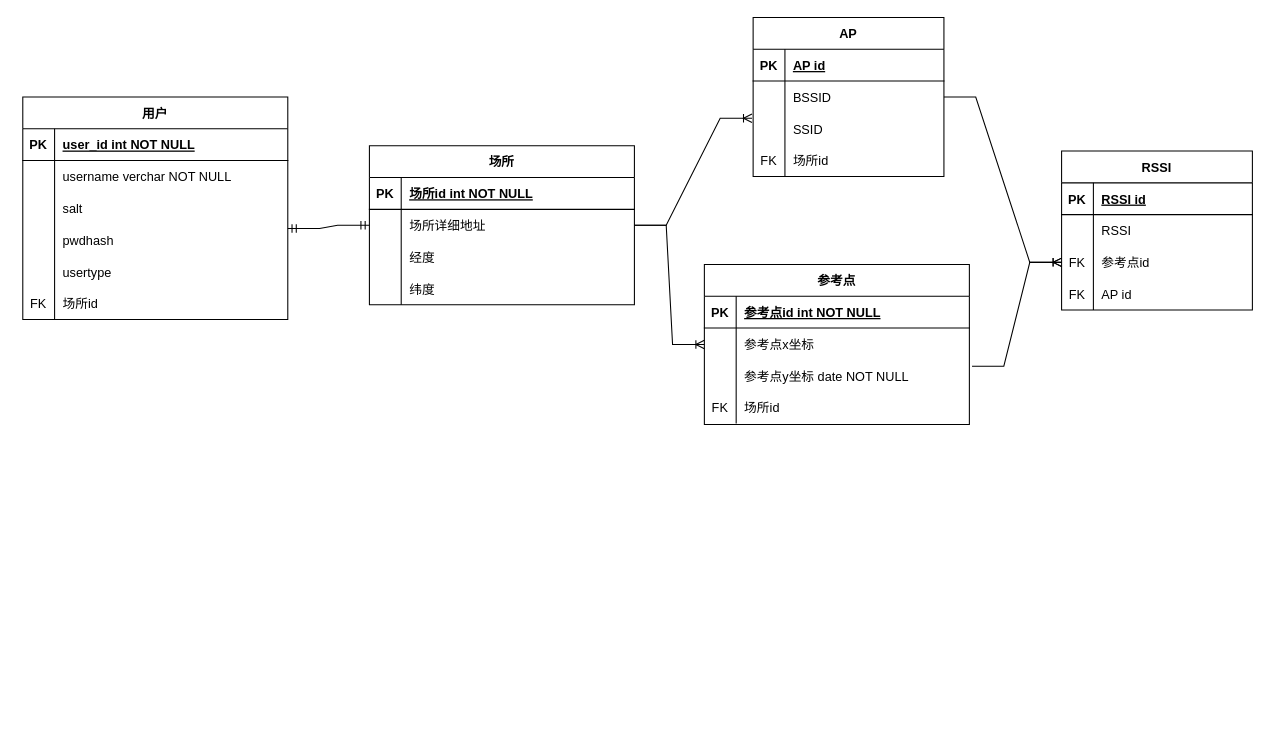
Above: 毕业设计ER图.drawio in gaohongy/Graduation-Project (draw.io), before the change. Source tidied: cells renumbered, new cells numbered last; positions are measured from the earlier drawing's top-left corner, leaving out a move shared by most shapes. Both pictures are drawn from the tidied source at 106%, with x=0, y=0 at pixel (22, 17).
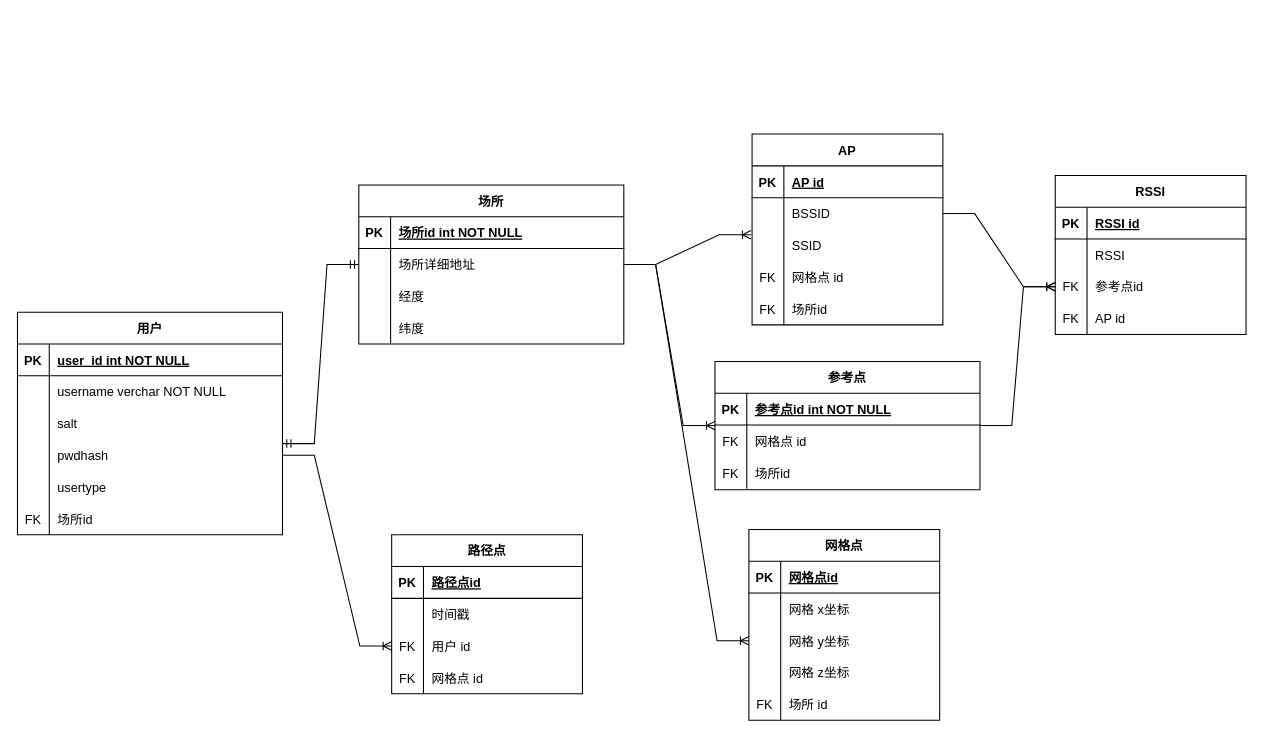
Above is the later version.

Commit message:
新增路径记录相关表.drawio

The change refers to these unchanged cells:
```xml
<mxCell id="6" style="shape=tableRow;horizontal=0;startSize=0;swimlaneHead=0;swimlaneBody=0;fillColor=none;points=[[0,0.5],[1,0.5]];portConstraint=eastwest;top=0;left=0;right=0;bottom=0;" parent="2" vertex="1">
  <mxGeometry y="60" width="250" height="30" as="geometry" />
</mxCell>
<mxCell id="19" style="shape=tableRow;horizontal=0;startSize=0;swimlaneHead=0;swimlaneBody=0;fillColor=none;top=0;left=0;right=0;bottom=0;" parent="15" vertex="1">
  <mxGeometry y="60" width="250" height="30" as="geometry" />
</mxCell>
<mxCell id="38" style="shape=tableRow;horizontal=0;startSize=0;swimlaneHead=0;swimlaneBody=0;fillColor=none;points=[[0,0.5],[1,0.5]];portConstraint=eastwest;top=0;left=0;right=0;bottom=0;" parent="28" vertex="1">
  <mxGeometry y="120" width="250" height="30" as="geometry" />
</mxCell>
<mxCell id="67" style="shape=tableRow;horizontal=0;startSize=0;swimlaneHead=0;swimlaneBody=0;fillColor=none;points=[[0,0.5],[1,0.5]];portConstraint=eastwest;top=0;left=0;right=0;bottom=0;" parent="60" vertex="1">
  <mxGeometry y="90" width="180" height="30" as="geometry" />
</mxCell>
```

What changed in the source:
```diff
@@
     <mxCell id="2" value="场所" style="shape=table;startSize=30;childLayout=tableLayout;rowLines=0;fontStyle=1;align=center;" parent="1" vertex="1">
-      <mxGeometry x="327" y="121" width="250" height="150" as="geometry" />
+      <mxGeometry x="317" y="158" width="250" height="150" as="geometry" />
     </mxCell>
@@
     <mxCell id="15" value="参考点" style="shape=table;startSize=30;childLayout=tableLayout;rowLines=0;fontStyle=1;align=center;" parent="1" vertex="1">
-      <mxGeometry x="643" y="233" width="250" height="151" as="geometry" />
+      <mxGeometry x="653" y="324.5" width="250" height="121" as="geometry" />
     </mxCell>
@@
-    <mxCell id="20" style="shape=partialRectangle;fillColor=none;top=0;left=0;bottom=0;right=0;overflow=hidden;" parent="19" vertex="1">
-      <mxGeometry width="30" height="30" as="geometry" />
-    </mxCell>
-    <mxCell id="21" value="参考点x坐标" style="shape=partialRectangle;fillColor=none;top=0;left=0;bottom=0;right=0;align=left;spacingLeft=6;overflow=hidden;" parent="19" vertex="1">
-      <mxGeometry x="30" width="220" height="30" as="geometry" />
-    </mxCell>
-    <mxCell id="22" style="shape=partialRectangle;fillColor=none;points=[[0,0.5],[1,0.5]];portConstraint=eastwest;top=0;left=0;right=0;bottom=0;" parent="15" vertex="1">
-      <mxGeometry y="90" width="250" height="30" as="geometry" />
-    </mxCell>
-    <mxCell id="23" style="shape=partialRectangle;overflow=hidden;fillColor=none;top=0;left=0;bottom=0;right=0;" parent="22" vertex="1">
-      <mxGeometry width="30" height="30" as="geometry" />
-    </mxCell>
-    <mxCell id="24" value="参考点y坐标 date NOT NULL" style="shape=partialRectangle;overflow=hidden;fillColor=none;top=0;left=0;bottom=0;right=0;align=left;spacingLeft=6;" parent="22" vertex="1">
-      <mxGeometry x="30" width="220" height="30" as="geometry" />
-    </mxCell>
+    <mxCell id="78" value="FK" style="shape=partialRectangle;fillColor=none;top=0;left=0;bottom=0;right=0;fontStyle=0;overflow=hidden;" parent="19" vertex="1">
+      <mxGeometry width="30" height="30" as="geometry" />
+    </mxCell>
+    <mxCell id="79" value="网格点 id" style="shape=partialRectangle;fillColor=none;top=0;left=0;bottom=0;right=0;align=left;spacingLeft=6;fontStyle=0;overflow=hidden;" parent="19" vertex="1">
+      <mxGeometry x="30" width="220" height="30" as="geometry" />
+    </mxCell>
     <mxCell id="25" style="shape=tableRow;horizontal=0;startSize=0;swimlaneHead=0;swimlaneBody=0;fillColor=none;top=0;left=0;right=0;bottom=0;" parent="15" vertex="1">
-      <mxGeometry y="120" width="250" height="30" as="geometry" />
+      <mxGeometry y="90" width="250" height="30" as="geometry" />
     </mxCell>
@@
     <mxCell id="28" value="用户" style="shape=table;startSize=30;childLayout=tableLayout;rowLines=0;fontStyle=1;align=center;" parent="1" vertex="1">
-      <mxGeometry y="75" width="250" height="210" as="geometry" />
+      <mxGeometry x="-5" y="278" width="250" height="210" as="geometry" />
     </mxCell>
@@
     <mxCell id="47" value="AP" style="shape=table;startSize=30;childLayout=tableLayout;rowLines=0;fontStyle=1;align=center;" parent="1" vertex="1">
-      <mxGeometry x="689" width="180" height="150" as="geometry" />
+      <mxGeometry x="688" y="110" width="180" height="180" as="geometry" />
     </mxCell>
@@
+    <mxCell id="80" style="shape=tableRow;horizontal=0;startSize=0;swimlaneHead=0;swimlaneBody=0;fillColor=none;top=0;left=0;right=0;bottom=0;" parent="47" vertex="1">
+      <mxGeometry y="120" width="180" height="30" as="geometry" />
+    </mxCell>
+    <mxCell id="81" value="FK" style="shape=partialRectangle;fillColor=none;top=0;left=0;bottom=0;right=0;fontStyle=0;overflow=hidden;" parent="80" vertex="1">
+      <mxGeometry width="30" height="30" as="geometry" />
+    </mxCell>
+    <mxCell id="82" value="网格点 id" style="shape=partialRectangle;fillColor=none;top=0;left=0;bottom=0;right=0;align=left;spacingLeft=6;fontStyle=0;overflow=hidden;" parent="80" vertex="1">
+      <mxGeometry x="30" width="150" height="30" as="geometry" />
+    </mxCell>
     <mxCell id="57" style="shape=tableRow;horizontal=0;startSize=0;swimlaneHead=0;swimlaneBody=0;fillColor=none;top=0;left=0;right=0;bottom=0;" parent="47" vertex="1">
-      <mxGeometry y="120" width="180" height="30" as="geometry" />
+      <mxGeometry y="150" width="180" height="30" as="geometry" />
     </mxCell>
@@
     <mxCell id="60" value="RSSI" style="shape=table;startSize=30;childLayout=tableLayout;rowLines=0;fontStyle=1;align=center;" parent="1" vertex="1">
-      <mxGeometry x="980" y="126" width="180" height="150" as="geometry" />
+      <mxGeometry x="974" y="149" width="180" height="150" as="geometry" />
     </mxCell>
@@
-    <mxCell id="73" style="edgeStyle=entityRelationEdgeStyle;fontSize=12;html=1;endArrow=ERoneToMany;rounded=0;entryX=0;entryY=0.5;entryDx=0;entryDy=0;exitX=1;exitY=0.5;exitDx=0;exitDy=0;" parent="1" edge="1" source="6" target="15">
+    <mxCell id="73" style="edgeStyle=entityRelationEdgeStyle;fontSize=12;html=1;endArrow=ERoneToMany;rounded=0;entryX=0;entryY=0.5;entryDx=0;entryDy=0;exitX=1;exitY=0.5;exitDx=0;exitDy=0;" parent="1" edge="1" source="2" target="15">
       <mxGeometry relative="1" as="geometry" />
     </mxCell>
@@
-    <mxCell id="77" style="edgeStyle=entityRelationEdgeStyle;fontSize=12;html=1;endArrow=ERoneToMany;rounded=0;exitX=1.01;exitY=0.2;exitDx=0;exitDy=0;exitPerimeter=0;entryX=0;entryY=0.5;entryDx=0;entryDy=0;" parent="1" edge="1" source="22" target="67">
+    <mxCell id="77" style="edgeStyle=entityRelationEdgeStyle;fontSize=12;html=1;endArrow=ERoneToMany;rounded=0;exitX=1;exitY=0.5;exitDx=0;exitDy=0;entryX=0;entryY=0.5;entryDx=0;entryDy=0;" parent="1" edge="1" source="15" target="67">
       <mxGeometry relative="1" as="geometry" />
     </mxCell>
+    <mxCell id="83" value="路径点" style="shape=table;startSize=30;childLayout=tableLayout;rowLines=0;fontStyle=1;align=center;" parent="1" vertex="1">
+      <mxGeometry x="348" y="488" width="180" height="150" as="geometry" />
+    </mxCell>
+    <mxCell id="84" style="shape=tableRow;horizontal=0;startSize=0;swimlaneHead=0;swimlaneBody=0;fillColor=none;top=0;left=0;right=0;bottom=1;" parent="83" vertex="1">
+      <mxGeometry y="30" width="180" height="30" as="geometry" />
+    </mxCell>
+    <mxCell id="85" value="PK" style="shape=partialRectangle;fillColor=none;top=0;left=0;bottom=0;right=0;fontStyle=1;overflow=hidden;" parent="84" vertex="1">
+      <mxGeometry width="30" height="30" as="geometry" />
+    </mxCell>
+    <mxCell id="86" value="路径点id" style="shape=partialRectangle;fillColor=none;top=0;left=0;bottom=0;right=0;align=left;spacingLeft=6;fontStyle=5;overflow=hidden;" parent="84" vertex="1">
+      <mxGeometry x="30" width="150" height="30" as="geometry" />
+    </mxCell>
+    <mxCell id="87" style="shape=tableRow;horizontal=0;startSize=0;swimlaneHead=0;swimlaneBody=0;fillColor=none;top=0;left=0;right=0;bottom=0;" parent="83" vertex="1">
+      <mxGeometry y="60" width="180" height="30" as="geometry" />
+    </mxCell>
+    <mxCell id="88" style="shape=partialRectangle;fillColor=none;top=0;left=0;bottom=0;right=0;overflow=hidden;" parent="87" vertex="1">
+      <mxGeometry width="30" height="30" as="geometry" />
+    </mxCell>
+    <mxCell id="89" value="时间戳" style="shape=partialRectangle;fillColor=none;top=0;left=0;bottom=0;right=0;align=left;spacingLeft=6;overflow=hidden;" parent="87" vertex="1">
+      <mxGeometry x="30" width="150" height="30" as="geometry" />
+    </mxCell>
+    <mxCell id="90" style="shape=tableRow;horizontal=0;startSize=0;swimlaneHead=0;swimlaneBody=0;fillColor=none;points=[[0,0.5],[1,0.5]];portConstraint=eastwest;top=0;left=0;right=0;bottom=0;" parent="83" vertex="1">
+      <mxGeometry y="90" width="180" height="30" as="geometry" />
+    </mxCell>
+    <mxCell id="91" value="FK" style="shape=partialRectangle;fillColor=none;top=0;left=0;bottom=0;right=0;fontStyle=0;overflow=hidden;" parent="90" vertex="1">
+      <mxGeometry width="30" height="30" as="geometry" />
+    </mxCell>
+    <mxCell id="92" value="用户 id" style="shape=partialRectangle;fillColor=none;top=0;left=0;bottom=0;right=0;align=left;spacingLeft=6;fontStyle=0;overflow=hidden;" parent="90" vertex="1">
+      <mxGeometry x="30" width="150" height="30" as="geometry" />
+    </mxCell>
+    <mxCell id="93" style="shape=tableRow;horizontal=0;startSize=0;swimlaneHead=0;swimlaneBody=0;fillColor=none;top=0;left=0;right=0;bottom=0;" parent="83" vertex="1">
+      <mxGeometry y="120" width="180" height="30" as="geometry" />
+    </mxCell>
+    <mxCell id="94" value="FK" style="shape=partialRectangle;fillColor=none;top=0;left=0;bottom=0;right=0;fontStyle=0;overflow=hidden;" parent="93" vertex="1">
+      <mxGeometry width="30" height="30" as="geometry" />
+    </mxCell>
+    <mxCell id="95" value="网格点 id" style="shape=partialRectangle;fillColor=none;top=0;left=0;bottom=0;right=0;align=left;spacingLeft=6;fontStyle=0;overflow=hidden;" parent="93" vertex="1">
+      <mxGeometry x="30" width="150" height="30" as="geometry" />
+    </mxCell>
+    <mxCell id="96" value="网格点" style="shape=table;startSize=30;childLayout=tableLayout;rowLines=0;fontStyle=1;align=center;" parent="1" vertex="1">
+      <mxGeometry x="685" y="483" width="180" height="180" as="geometry" />
+    </mxCell>
+    <mxCell id="97" style="shape=tableRow;horizontal=0;startSize=0;swimlaneHead=0;swimlaneBody=0;fillColor=none;top=0;left=0;right=0;bottom=1;" parent="96" vertex="1">
+      <mxGeometry y="30" width="180" height="30" as="geometry" />
+    </mxCell>
+    <mxCell id="98" value="PK" style="shape=partialRectangle;fillColor=none;top=0;left=0;bottom=0;right=0;fontStyle=1;overflow=hidden;" parent="97" vertex="1">
+      <mxGeometry width="30" height="30" as="geometry" />
+    </mxCell>
+    <mxCell id="99" value="网格点id" style="shape=partialRectangle;fillColor=none;top=0;left=0;bottom=0;right=0;align=left;spacingLeft=6;fontStyle=5;overflow=hidden;" parent="97" vertex="1">
+      <mxGeometry x="30" width="150" height="30" as="geometry" />
+    </mxCell>
+    <mxCell id="100" style="shape=tableRow;horizontal=0;startSize=0;swimlaneHead=0;swimlaneBody=0;fillColor=none;top=0;left=0;right=0;bottom=0;" parent="96" vertex="1">
+      <mxGeometry y="60" width="180" height="30" as="geometry" />
+    </mxCell>
+    <mxCell id="101" style="shape=partialRectangle;fillColor=none;top=0;left=0;bottom=0;right=0;overflow=hidden;" parent="100" vertex="1">
+      <mxGeometry width="30" height="30" as="geometry" />
+    </mxCell>
+    <mxCell id="102" value="网格 x坐标" style="shape=partialRectangle;fillColor=none;top=0;left=0;bottom=0;right=0;align=left;spacingLeft=6;overflow=hidden;" parent="100" vertex="1">
+      <mxGeometry x="30" width="150" height="30" as="geometry" />
+    </mxCell>
+    <mxCell id="103" style="shape=tableRow;horizontal=0;startSize=0;swimlaneHead=0;swimlaneBody=0;fillColor=none;points=[[0,0.5],[1,0.5]];portConstraint=eastwest;top=0;left=0;right=0;bottom=0;" parent="96" vertex="1">
+      <mxGeometry y="90" width="180" height="30" as="geometry" />
+    </mxCell>
+    <mxCell id="104" style="shape=partialRectangle;fillColor=none;top=0;left=0;bottom=0;right=0;overflow=hidden;" parent="103" vertex="1">
+      <mxGeometry width="30" height="30" as="geometry" />
+    </mxCell>
+    <mxCell id="105" value="网格 y坐标" style="shape=partialRectangle;fillColor=none;top=0;left=0;bottom=0;right=0;align=left;spacingLeft=6;overflow=hidden;" parent="103" vertex="1">
+      <mxGeometry x="30" width="150" height="30" as="geometry" />
+    </mxCell>
+    <mxCell id="106" style="shape=tableRow;horizontal=0;startSize=0;swimlaneHead=0;swimlaneBody=0;fillColor=none;top=0;left=0;right=0;bottom=0;" parent="96" vertex="1">
+      <mxGeometry y="120" width="180" height="30" as="geometry" />
+    </mxCell>
+    <mxCell id="107" style="shape=partialRectangle;fillColor=none;top=0;left=0;bottom=0;right=0;overflow=hidden;" parent="106" vertex="1">
+      <mxGeometry width="30" height="30" as="geometry" />
+    </mxCell>
+    <mxCell id="108" value="网格 z坐标" style="shape=partialRectangle;fillColor=none;top=0;left=0;bottom=0;right=0;align=left;spacingLeft=6;overflow=hidden;" parent="106" vertex="1">
+      <mxGeometry x="30" width="150" height="30" as="geometry" />
+    </mxCell>
+    <mxCell id="109" style="shape=tableRow;horizontal=0;startSize=0;swimlaneHead=0;swimlaneBody=0;fillColor=none;top=0;left=0;right=0;bottom=0;" parent="96" vertex="1">
+      <mxGeometry y="150" width="180" height="30" as="geometry" />
+    </mxCell>
+    <mxCell id="110" value="FK" style="shape=partialRectangle;fillColor=none;top=0;left=0;bottom=0;right=0;fontStyle=0;overflow=hidden;" parent="109" vertex="1">
+      <mxGeometry width="30" height="30" as="geometry" />
+    </mxCell>
+    <mxCell id="111" value="场所 id" style="shape=partialRectangle;fillColor=none;top=0;left=0;bottom=0;right=0;align=left;spacingLeft=6;fontStyle=0;overflow=hidden;" parent="109" vertex="1">
+      <mxGeometry x="30" width="150" height="30" as="geometry" />
+    </mxCell>
+    <mxCell id="112" style="edgeStyle=entityRelationEdgeStyle;fontSize=12;html=1;endArrow=ERoneToMany;rounded=0;exitX=1;exitY=0.5;exitDx=0;exitDy=0;entryX=0;entryY=0.5;entryDx=0;entryDy=0;" parent="1" edge="1" source="2" target="103">
+      <mxGeometry relative="1" as="geometry" />
+    </mxCell>
+    <mxCell id="113" style="edgeStyle=entityRelationEdgeStyle;fontSize=12;html=1;endArrow=ERoneToMany;rounded=0;exitX=1;exitY=0.5;exitDx=0;exitDy=0;entryX=0;entryY=0.5;entryDx=0;entryDy=0;" parent="1" edge="1" source="38" target="90">
+      <mxGeometry relative="1" as="geometry" />
+    </mxCell>
```
